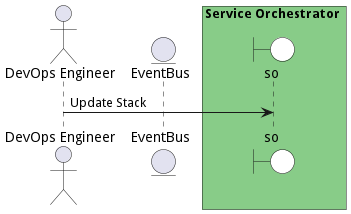
Above: docs/edgemere/sml/so/usecases/managestacks/UpdateStack.png in madajaju/edgemere (PlantUML), before the change.
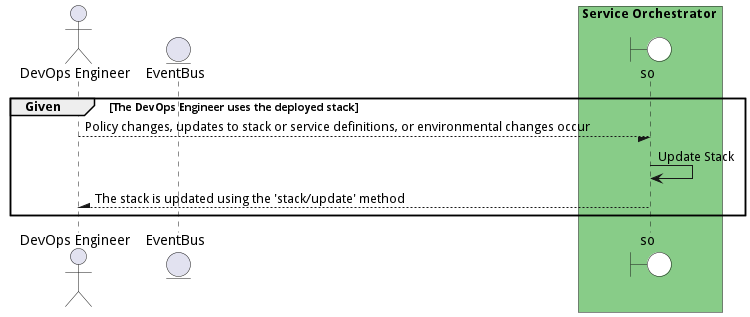
Later version of the same file.

Diff of the diagram source:
```diff
@@ -1,4 +1,5 @@
 @startuml
+
 
 actor "DevOps Engineer"
 
@@ -10,9 +11,16 @@
 end box
 
 
+group Given [The DevOps Engineer uses the deployed stack]
 
-"DevOps Engineer" -> so: Update Stack
+"DevOps Engineer" --/ so: Policy changes, updates to stack or service definitions, or environmental changes occur
+"so" -> so: Update Stack
 
 
 
+"DevOps Engineer" /-- so: The stack is updated using the &#39;stack/update&#39; method
+
+
+end
+
 @enduml
```
